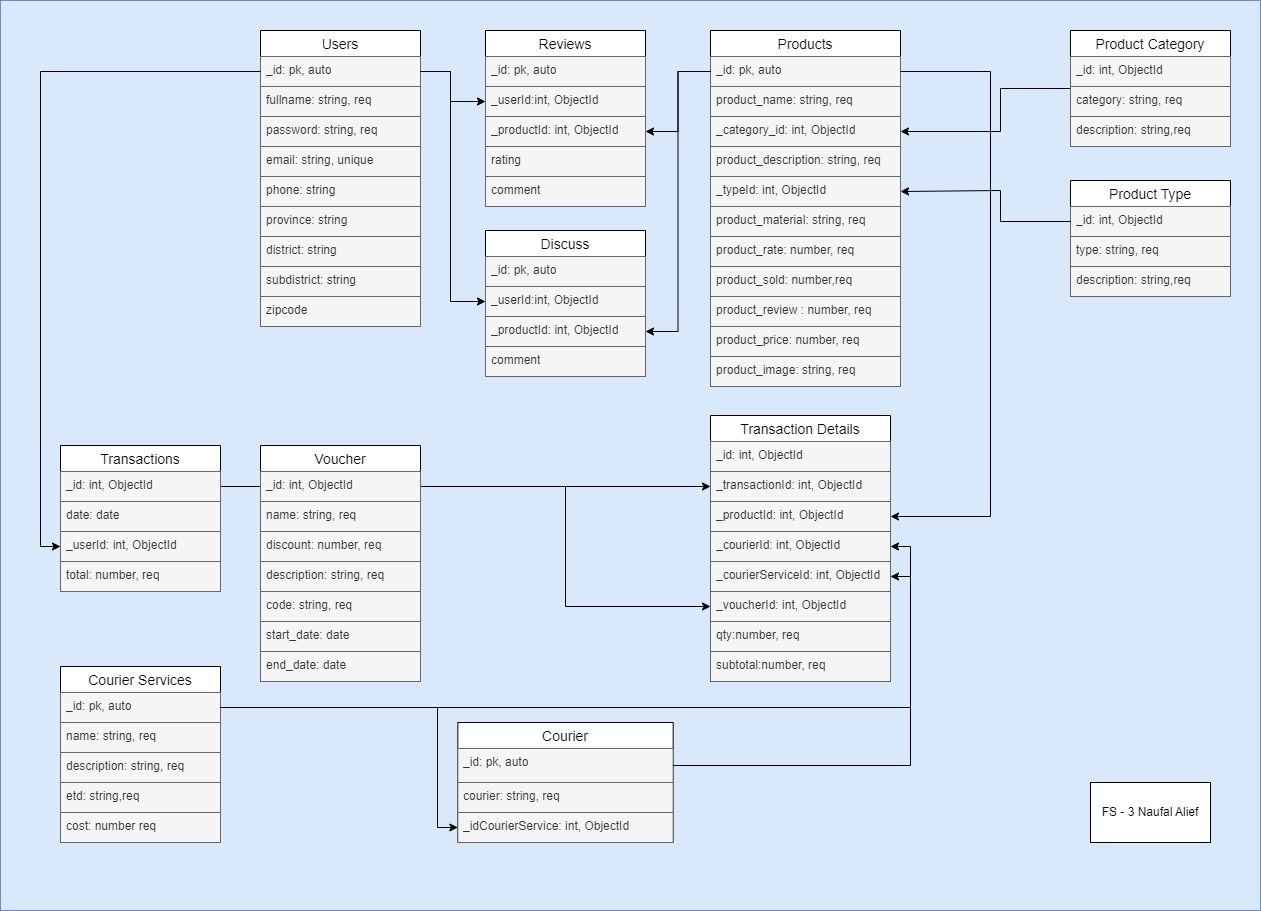
This is furnivul-server/erd/ERD Furnivul.drawio.png from naufyl28/Final-Furnivul, a draw.io export, as it was before one commit. Source tidied: cells renumbered, new cells last; positions are measured from the earlier drawing's top-left corner, leaving out a move shared by most shapes.
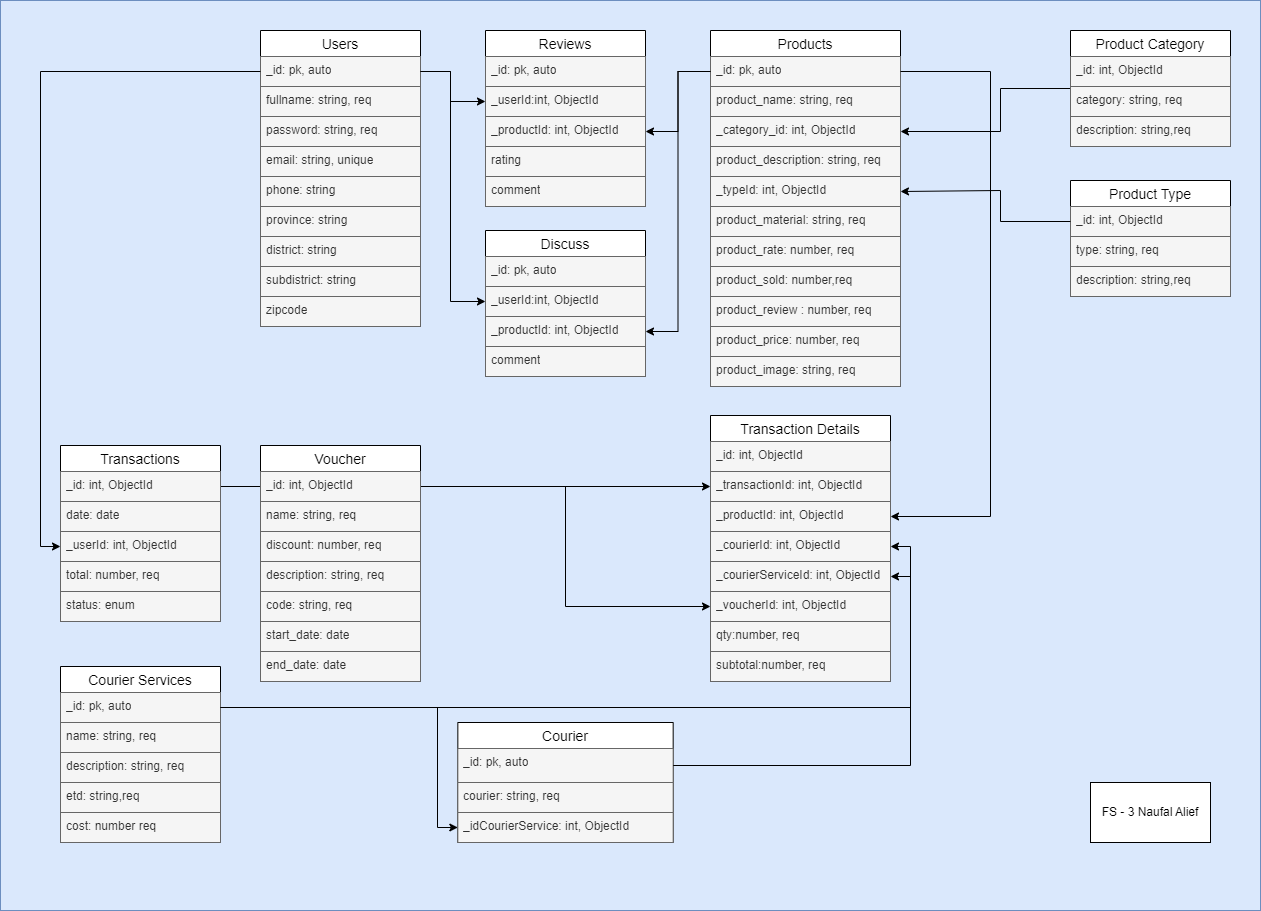
After the commit.

What changed in the source:
```diff
@@ -264,7 +264,7 @@
       <mxGeometry relative="1" as="geometry" />
     </mxCell>
     <mxCell id="77" value="Transactions" style="swimlane;fontStyle=0;horizontal=1;startSize=26;align=center;fontSize=14;" parent="1" vertex="1">
-      <mxGeometry x="60" y="445" width="160" height="146" as="geometry" />
+      <mxGeometry x="60" y="445" width="160" height="176" as="geometry" />
     </mxCell>
     <mxCell id="78" value="_id: int, ObjectId" style="text;strokeColor=#666666;fillColor=#f5f5f5;spacingLeft=4;spacingRight=4;overflow=hidden;points=[[0,0.5],[1,0.5]];portConstraint=eastwest;fontSize=12;whiteSpace=wrap;html=1;fontColor=#333333;" parent="77" vertex="1">
       <mxGeometry y="26" width="160" height="30" as="geometry" />
@@ -278,6 +278,9 @@
     <mxCell id="81" value="total: number, req" style="text;strokeColor=#666666;fillColor=#f5f5f5;spacingLeft=4;spacingRight=4;overflow=hidden;fontSize=12;whiteSpace=wrap;html=1;fontColor=#333333;" parent="77" vertex="1">
       <mxGeometry y="116" width="160" height="30" as="geometry" />
     </mxCell>
+    <mxCell id="90" value="status: enum" style="text;strokeColor=#666666;fillColor=#f5f5f5;spacingLeft=4;spacingRight=4;overflow=hidden;fontSize=12;whiteSpace=wrap;html=1;fontColor=#333333;" parent="77" vertex="1">
+      <mxGeometry y="146" width="160" height="30" as="geometry" />
+    </mxCell>
     <mxCell id="82" value="Voucher" style="swimlane;fontStyle=0;horizontal=1;startSize=26;align=center;fontSize=14;" parent="1" vertex="1">
       <mxGeometry x="260" y="445" width="160" height="236" as="geometry" />
     </mxCell>
```
